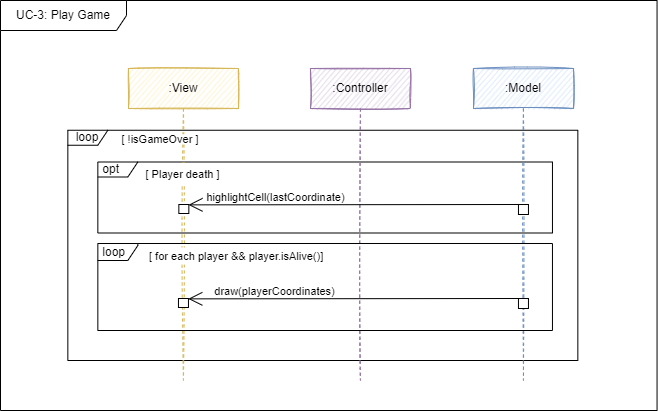
Above: Dokumentation/App/diagrams/sd_mvc_playGame.png in sckoenig/Distributed-Tron (draw.io), before the change. Source tidied: cells renumbered, new cells last; positions are measured from the earlier drawing's top-left corner, leaving out a move shared by most shapes.
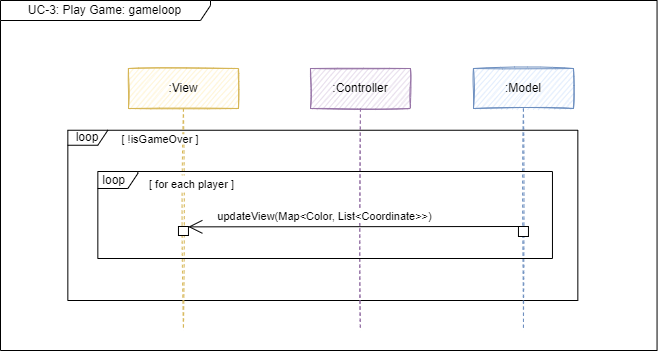
After the commit.

Diff of the diagram source:
```diff
@@ -4,31 +4,31 @@
     <mxCell id="1" parent="0" />
-    <mxCell id="2" value="UC-3: Play Game" style="shape=umlFrame;whiteSpace=wrap;html=1;sketch=0;fillColor=default;width=126;height=30;" parent="1" vertex="1">
-      <mxGeometry width="656.5" height="410" as="geometry" />
+    <mxCell id="2" value="UC-3: Play Game: gameloop" style="shape=umlFrame;whiteSpace=wrap;html=1;sketch=0;fillColor=default;width=210;height=20;" parent="1" vertex="1">
+      <mxGeometry width="656.5" height="350" as="geometry" />
     </mxCell>
     <mxCell id="3" value="loop" style="shape=umlFrame;whiteSpace=wrap;html=1;width=40;height=15;sketch=0;" parent="1" vertex="1">
-      <mxGeometry x="67.3" y="129.8" width="510" height="230.2" as="geometry" />
+      <mxGeometry x="67.3" y="129.8" width="510" height="170.2" as="geometry" />
     </mxCell>
-    <mxCell id="4" value="&amp;nbsp;opt" style="shape=umlFrame;whiteSpace=wrap;html=1;width=40;height=15;sketch=0;align=left;" parent="1" vertex="1">
-      <mxGeometry x="97.3" y="161.5" width="454.6" height="71" as="geometry" />
+    <mxCell id="4" value=":Controller" style="shape=umlLifeline;perimeter=lifelinePerimeter;whiteSpace=wrap;html=1;fillColor=#e1d5e7;strokeColor=#9673a6;sketch=1;" parent="1" vertex="1">
+      <mxGeometry x="310" y="68" width="100" height="262" as="geometry" />
     </mxCell>
-    <mxCell id="5" value=":Controller" style="shape=umlLifeline;perimeter=lifelinePerimeter;whiteSpace=wrap;html=1;fillColor=#e1d5e7;strokeColor=#9673a6;sketch=1;" parent="1" vertex="1">
-      <mxGeometry x="310" y="68" width="100" height="312" as="geometry" />
+    <mxCell id="5" value=":Model" style="shape=umlLifeline;perimeter=lifelinePerimeter;whiteSpace=wrap;html=1;fillColor=#dae8fc;strokeColor=#6c8ebf;sketch=1;" parent="1" vertex="1">
+      <mxGeometry x="473" y="68" width="100" height="262" as="geometry" />
     </mxCell>
-    <mxCell id="6" value=":Model" style="shape=umlLifeline;perimeter=lifelinePerimeter;whiteSpace=wrap;html=1;fillColor=#dae8fc;strokeColor=#6c8ebf;sketch=1;" parent="1" vertex="1">
-      <mxGeometry x="473" y="68" width="100" height="312" as="geometry" />
+    <mxCell id="6" value=":View" style="shape=umlLifeline;perimeter=lifelinePerimeter;whiteSpace=wrap;html=1;fillColor=#fff2cc;strokeColor=#d6b656;sketch=1;" parent="1" vertex="1">
+      <mxGeometry x="128" y="68" width="110" height="262" as="geometry" />
     </mxCell>
-    <mxCell id="7" style="html=1;perimeter=orthogonalPerimeter;fontSize=12;sketch=0;" parent="6" vertex="1">
-      <mxGeometry x="45" y="136" width="10" height="10" as="geometry" />
+    <mxCell id="7" value="[ !isGameOver&amp;nbsp;]" style="text;html=1;strokeColor=none;fillColor=default;align=center;verticalAlign=middle;whiteSpace=wrap;rounded=0;fontSize=11;" parent="1" vertex="1">
+      <mxGeometry x="117.3" y="133.8" width="86" height="10.2" as="geometry" />
     </mxCell>
-    <mxCell id="8" value=":View" style="shape=umlLifeline;perimeter=lifelinePerimeter;whiteSpace=wrap;html=1;fillColor=#fff2cc;strokeColor=#d6b656;sketch=1;" parent="1" vertex="1">
-      <mxGeometry x="128" y="68" width="110" height="312" as="geometry" />
+    <mxCell id="8" value="&amp;nbsp;loop" style="shape=umlFrame;whiteSpace=wrap;html=1;width=40;height=17;sketch=0;align=left;" parent="1" vertex="1">
+      <mxGeometry x="97.3" y="171" width="454.6" height="87" as="geometry" />
     </mxCell>
-    <mxCell id="9" style="html=1;perimeter=orthogonalPerimeter;fontSize=12;sketch=0;" parent="8" vertex="1">
-      <mxGeometry x="50.4" y="136" width="10" height="9" as="geometry" />
+    <mxCell id="9" value="[ for each player ]" style="text;html=1;strokeColor=none;fillColor=default;align=left;verticalAlign=middle;whiteSpace=wrap;rounded=0;sketch=0;fontSize=11;" parent="1" vertex="1">
+      <mxGeometry x="147" y="175" width="199" height="17" as="geometry" />
     </mxCell>
-    <mxCell id="10" value="[ Player death ]" style="text;html=1;strokeColor=none;fillColor=default;align=center;verticalAlign=middle;whiteSpace=wrap;rounded=0;sketch=0;fontSize=11;" parent="8" vertex="1">
-      <mxGeometry x="9.5" y="94.5" width="91" height="23" as="geometry" />
+    <mxCell id="10" style="html=1;perimeter=orthogonalPerimeter;fontSize=12;sketch=0;" parent="1" vertex="1">
+      <mxGeometry x="178" y="226" width="10" height="9" as="geometry" />
     </mxCell>
-    <mxCell id="11" value="[ !isGameOver&amp;nbsp;]" style="text;html=1;strokeColor=none;fillColor=default;align=center;verticalAlign=middle;whiteSpace=wrap;rounded=0;fontSize=11;" parent="1" vertex="1">
-      <mxGeometry x="117.3" y="133.8" width="86" height="10.2" as="geometry" />
+    <mxCell id="11" style="html=1;perimeter=orthogonalPerimeter;fontSize=12;sketch=0;" parent="1" vertex="1">
+      <mxGeometry x="518" y="226" width="10" height="10" as="geometry" />
     </mxCell>
@@ -36,34 +36,11 @@
       <mxGeometry y="-5" relative="1" as="geometry">
-        <mxPoint x="518.1" y="204" as="sourcePoint" />
-        <mxPoint x="188" y="204.4" as="targetPoint" />
+        <mxPoint x="518" y="226" as="sourcePoint" />
+        <mxPoint x="187.8" y="226.4" as="targetPoint" />
       </mxGeometry>
     </mxCell>
-    <mxCell id="13" value="highlightCell(lastCoordinate)" style="edgeLabel;html=1;align=center;verticalAlign=middle;" parent="12" vertex="1">
+    <mxCell id="13" value="updateView(Map&amp;lt;Color, List&amp;lt;Coordinate&amp;gt;&amp;gt;)" style="edgeLabel;html=1;align=center;verticalAlign=middle;" parent="12" vertex="1">
       <mxGeometry x="0.21" y="-1" relative="1" as="geometry">
-        <mxPoint x="-45" y="-7" as="offset" />
+        <mxPoint x="4" y="-10" as="offset" />
       </mxGeometry>
     </mxCell>
-    <mxCell id="14" value="&amp;nbsp;loop" style="shape=umlFrame;whiteSpace=wrap;html=1;width=40;height=17;sketch=0;align=left;" parent="1" vertex="1">
-      <mxGeometry x="97.3" y="243" width="454.6" height="87" as="geometry" />
-    </mxCell>
-    <mxCell id="15" value="[ for each player &amp;amp;&amp;amp; player.isAlive()]" style="text;html=1;strokeColor=none;fillColor=default;align=left;verticalAlign=middle;whiteSpace=wrap;rounded=0;sketch=0;fontSize=11;" parent="1" vertex="1">
-      <mxGeometry x="147" y="247" width="199" height="17" as="geometry" />
-    </mxCell>
-    <mxCell id="16" style="html=1;perimeter=orthogonalPerimeter;fontSize=12;sketch=0;" parent="1" vertex="1">
-      <mxGeometry x="178" y="298" width="10" height="9" as="geometry" />
-    </mxCell>
-    <mxCell id="17" style="html=1;perimeter=orthogonalPerimeter;fontSize=12;sketch=0;" parent="1" vertex="1">
-      <mxGeometry x="518" y="298" width="10" height="10" as="geometry" />
-    </mxCell>
-    <mxCell id="18" value="&lt;span style=&quot;color: rgba(0, 0, 0, 0); font-family: monospace; font-size: 0px; text-align: start; background-color: rgb(248, 249, 250);&quot;&gt;%3CmxGraphModel%3E%3Croot%3E%3CmxCell%20id%3D%220%22%2F%3E%3CmxCell%20id%3D%221%22%20parent%3D%220%22%2F%3E%3CmxCell%20id%3D%222%22%20value%3D%22alt%22%20style%3D%22shape%3DumlFrame%3BwhiteSpace%3Dwrap%3Bhtml%3D1%3Bwidth%3D45%3Bheight%3D24%3B%22%20vertex%3D%221%22%20parent%3D%221%22%3E%3CmxGeometry%20x%3D%22-630.75%22%20y%3D%221121%22%20width%3D%22463.5%22%20height%3D%22159%22%20as%3D%22geometry%22%2F%3E%3C%2FmxCell%3E%3CmxCell%20id%3D%223%22%20value%3D%22%3AController%22%20style%3D%22shape%3DumlLifeline%3Bperimeter%3DlifelinePerimeter%3BwhiteSpace%3Dwrap%3Bhtml%3D1%3Bcontainer%3D1%3Bcollapsible%3D0%3BrecursiveResize%3D0%3BoutlineConnect%3D0%3BfillColor%3D%23e1d5e7%3BstrokeColor%3D%239673a6%3Bsketch%3D1%3B%22%20vertex%3D%221%22%20parent%3D%221%22%3E%3CmxGeometry%20x%3D%22-430%22%20y%3D%22880%22%20width%3D%22100%22%20height%3D%22300%22%20as%3D%22geometry%22%2F%3E%3C%2FmxCell%3E%3CmxCell%20id%3D%224%22%20value%3D%22%22%20style%3D%22html%3D1%3Bpoints%3D%5B%5D%3Bperimeter%3DorthogonalPerimeter%3BfontSize%3D12%3B%22%20vertex%3D%221%22%20parent%3D%223%22%3E%3CmxGeometry%20x%3D%2245%22%20y%3D%22175%22%20width%3D%2210%22%20height%3D%2225%22%20as%3D%22geometry%22%2F%3E%3C%2FmxCell%3E%3CmxCell%20id%3D%225%22%20value%3D%22%3AModel%22%20style%3D%22shape%3DumlLifeline%3Bperimeter%3DlifelinePerimeter%3BwhiteSpace%3Dwrap%3Bhtml%3D1%3Bcontainer%3D1%3Bcollapsible%3D0%3BrecursiveResize%3D0%3BoutlineConnect%3D0%3BfillColor%3D%23dae8fc%3BstrokeColor%3D%236c8ebf%3Bsketch%3D1%3B%22%20vertex%3D%221%22%20parent%3D%221%22%3E%3CmxGeometry%20x%3D%22-265%22%20y%3D%22880%22%20width%3D%22100%22%20height%3D%22370%22%20as%3D%22geometry%22%2F%3E%3C%2FmxCell%3E%3CmxCell%20id%3D%226%22%20value%3D%22%22%20style%3D%22html%3D1%3Bpoints%3D%5B%5D%3Bperimeter%3DorthogonalPerimeter%3BfontSize%3D12%3B%22%20vertex%3D%221%22%20parent%3D%225%22%3E%3CmxGeometry%20x%3D%2245%22%20y%3D%22190%22%20width%3D%2210%22%20height%3D%22180%22%20as%3D%22geometry%22%2F%3E%3C%2FmxCell%3E%3CmxCell%20id%3D%227%22%20value%3D%22initializeGame(4)%22%20style%3D%22html%3D1%3BverticalAlign%3Dbottom%3BendArrow%3Dopen%3Brounded%3D0%3BendFill%3D0%3B%22%20edge%3D%221%22%20parent%3D%225%22%3E%3CmxGeometry%20width%3D%2280%22%20relative%3D%221%22%20as%3D%22geometry%22%3E%3CmxPoint%20x%3D%22-110%22%20y%3D%22198%22%20as%3D%22sourcePoint%22%2F%3E%3CmxPoint%20x%3D%2235%22%20y%3D%22198%22%20as%3D%22targetPoint%22%2F%3E%3C%2FmxGeometry%3E%3C%2FmxCell%3E%3CmxCell%20id%3D%228%22%20value%3D%22%3AView%22%20style%3D%22shape%3DumlLifeline%3Bperimeter%3DlifelinePerimeter%3BwhiteSpace%3Dwrap%3Bhtml%3D1%3Bcontainer%3D1%3Bcollapsible%3D0%3BrecursiveResize%3D0%3BoutlineConnect%3D0%3BfillColor%3D%23fff2cc%3BstrokeColor%3D%23d6b656%3Bsketch%3D1%3B%22%20vertex%3D%221%22%20parent%3D%221%22%3E%3CmxGeometry%20x%3D%22-595%22%20y%3D%22880%22%20width%3D%22110%22%20height%3D%22370%22%20as%3D%22geometry%22%2F%3E%3C%2FmxCell%3E%3CmxCell%20id%3D%229%22%20value%3D%22%22%20style%3D%22html%3D1%3BverticalAlign%3Dbottom%3BendArrow%3Dopen%3Brounded%3D0%3BendFill%3D0%3B%22%20edge%3D%221%22%20parent%3D%228%22%3E%3CmxGeometry%20x%3D%220.0033%22%20width%3D%2280%22%20relative%3D%221%22%20as%3D%22geometry%22%3E%3CmxPoint%20x%3D%2260%22%20y%3D%22179%22%20as%3D%22sourcePoint%22%2F%3E%3CmxPoint%20x%3D%22209.49999999999977%22%20y%3D%22179.00000000000023%22%20as%3D%22targetPoint%22%2F%3E%3CmxPoint%20as%3D%22offset%22%2F%3E%3C%2FmxGeometry%3E%3C%2FmxCell%3E%3CmxCell%20id%3D%2210%22%20value%3D%22%22%20style%3D%22html%3D1%3Bpoints%3D%5B%5D%3Bperimeter%3DorthogonalPerimeter%3BfontSize%3D12%3B%22%20vertex%3D%221%22%20parent%3D%228%22%3E%3CmxGeometry%20x%3D%2250%22%20y%3D%22175%22%20width%3D%2210%22%20height%3D%22195%22%20as%3D%22geometry%22%2F%3E%3C%2FmxCell%3E%3CmxCell%20id%3D%2211%22%20value%3D%22opt%22%20style%3D%22shape%3DumlFrame%3BwhiteSpace%3Dwrap%3Bhtml%3D1%3B%22%20vertex%3D%221%22%20parent%3D%228%22%3E%3CmxGeometry%20x%3D%22-140%22%20y%3D%2280%22%20width%3D%22250%22%20height%3D%2249%22%20as%3D%22geometry%22%2F%3E%3C%2FmxCell%3E%3CmxCell%20id%3D%2212%22%20value%3D%22START%20GAME%22%20style%3D%22text%3Bhtml%3D1%3BstrokeColor%3Dnone%3BfillColor%3Dnone%3Balign%3Dcenter%3BverticalAlign%3Dmiddle%3BwhiteSpace%3Dwrap%3Brounded%3D0%3B%22%20vertex%3D%221%22%20parent%3D%221%22%3E%3CmxGeometry%20x%3D%22-730%22%20y%3D%22830%22%20width%3D%22140%22%20height%3D%2230%22%20as%3D%22geometry%22%2F%3E%3C%2FmxCell%3E%3CmxCell%20id%3D%2213%22%20value%3D%22Player%22%20style%3D%22shape%3DumlLifeline%3Bparticipant%3DumlActor%3Bperimeter%3DlifelinePerimeter%3BwhiteSpace%3Dwrap%3Bhtml%3D1%3Bcontainer%3D1%3Bcollapsible%3D0%3BrecursiveResize%3D0%3BverticalAlign%3Dtop%3BspacingTop%3D36%3BoutlineConnect%3D0%3B%22%20vertex%3D%221%22%20parent%3D%221%22%3E%3CmxGeometry%20x%3D%22-670%22%20y%3D%22880%22%20width%3D%2220%22%20height%3D%22300%22%20as%3D%22geometry%22%2F%3E%3C%2FmxCell%3E%3CmxCell%20id%3D%2214%22%20value%3D%22%22%20style%3D%22html%3D1%3Bpoints%3D%5B%5D%3Bperimeter%3DorthogonalPerimeter%3BfontSize%3D12%3B%22%20vertex%3D%221%22%20parent%3D%2213%22%3E%3CmxGeometry%20x%3D%225%22%20y%3D%2287%22%20width%3D%2210%22%20height%3D%22173%22%20as%3D%22geometry%22%2F%3E%3C%2FmxCell%3E%3CmxCell%20id%3D%2215%22%20value%3D%22Press%20%26quot%3BStart%20Game%26quot%3B%22%20style%3D%22html%3D1%3BverticalAlign%3Dbottom%3BendArrow%3Dblock%3Brounded%3D0%3B%22%20edge%3D%221%22%20source%3D%2214%22%20parent%3D%221%22%3E%3CmxGeometry%20width%3D%2280%22%20relative%3D%221%22%20as%3D%22geometry%22%3E%3CmxPoint%20x%3D%22-650%22%20y%3D%221050%22%20as%3D%22sourcePoint%22%2F%3E%3CmxPoint%20x%3D%22-540%22%20y%3D%221050%22%20as%3D%22targetPoint%22%2F%3E%3C%2FmxGeometry%3E%3C%2FmxCell%3E%3CmxCell%20id%3D%2216%22%20value%3D%22%22%20style%3D%22endArrow%3Dopen%3BendFill%3D1%3BendSize%3D12%3Bhtml%3D1%3Brounded%3D0%3B%22%20edge%3D%221%22%20parent%3D%221%22%3E%3CmxGeometry%20width%3D%22160%22%20relative%3D%221%22%20as%3D%22geometry%22%3E%3CmxPoint%20x%3D%22-230%22%20y%3D%221112%22%20as%3D%22sourcePoint%22%2F%3E%3CmxPoint%20x%3D%22-530%22%20y%3D%221110%22%20as%3D%22targetPoint%22%2F%3E%3C%2FmxGeometry%3E%3C%2FmxCell%3E%3CmxCell%20id%3D%2217%22%20value%3D%22%26lt%3Bdiv%20style%3D%26quot%3Btext-align%3A%20left%3B%20font-size%3A%2011px%3B%26quot%3B%26gt%3B%26lt%3Bspan%20style%3D%26quot%3Bbackground-color%3A%20initial%3B%20font-size%3A%2011px%3B%26quot%3B%26gt%3BshowOverlay(%26quot%3Bwaiting%26quot%3B)%26lt%3B%2Fspan%26gt%3B%26lt%3B%2Fdiv%26gt%3B%22%20style%3D%22text%3Bhtml%3D1%3BstrokeColor%3Dnone%3BfillColor%3Dnone%3Balign%3Dcenter%3BverticalAlign%3Dmiddle%3BwhiteSpace%3Dwrap%3Brounded%3D0%3BfontSize%3D11%3B%22%20vertex%3D%221%22%20parent%3D%221%22%3E%3CmxGeometry%20x%3D%22-490%22%20y%3D%221085%22%20width%3D%2290%22%20height%3D%2230%22%20as%3D%22geometry%22%2F%3E%3C%2FmxCell%3E%3CmxCell%20id%3D%2218%22%20value%3D%22%26lt%3Bdiv%20style%3D%26quot%3Btext-align%3A%20left%3B%20font-size%3A%2011px%3B%26quot%3B%26gt%3B%26lt%3Bspan%20style%3D%26quot%3Bbackground-color%3A%20initial%3B%20font-size%3A%2011px%3B%26quot%3B%26gt%3BhideOverlays()%26lt%3B%2Fspan%26gt%3B%26lt%3B%2Fdiv%26gt%3B%22%20style%3D%22text%3Bhtml%3D1%3BstrokeColor%3Dnone%3BfillColor%3Dnone%3Balign%3Dcenter%3BverticalAlign%3Dmiddle%3BwhiteSpace%3Dwrap%3Brounded%3D0%3BfontSize%3D11%3B%22%20vertex%3D%221%22%20parent%3D%221%22%3E%3CmxGeometry%20x%3D%22-503%22%20y%3D%221130%22%20width%3D%2290%22%20height%3D%2230%22%20as%3D%22geometry%22%2F%3E%3C%2FmxCell%3E%3CmxCell%20id%3D%2219%22%20value%3D%22Choose%20%26lt%3Bbr%26gt%3B%5B%20Player%20Number%20%3D%204%20%5D%22%20style%3D%22html%3D1%3BverticalAlign%3Dbottom%3BendArrow%3Dblock%3Brounded%3D0%3BexitX%3D1.004%3BexitY%3D0.19%3BexitDx%3D0%3BexitDy%3D0%3BexitPerimeter%3D0%3B%22%20edge%3D%221%22%20source%3D%2214%22%20parent%3D%221%22%3E%3CmxGeometry%20width%3D%2280%22%20relative%3D%221%22%20as%3D%22geometry%22%3E%3CmxPoint%20x%3D%22-650%22%20y%3D%221000%22%20as%3D%22sourcePoint%22%2F%3E%3CmxPoint%20x%3D%22-549.9999999999998%22%20y%3D%22990%22%20as%3D%22targetPoint%22%2F%3E%3CArray%20as%3D%22points%22%2F%3E%3C%2FmxGeometry%3E%3C%2FmxCell%3E%3CmxCell%20id%3D%2220%22%20value%3D%22%22%20style%3D%22endArrow%3Dopen%3BendFill%3D1%3BendSize%3D12%3Bhtml%3D1%3Brounded%3D0%3B%22%20edge%3D%221%22%20parent%3D%221%22%3E%3CmxGeometry%20width%3D%22160%22%20relative%3D%221%22%20as%3D%22geometry%22%3E%3CmxPoint%20x%3D%22-230%22%20y%3D%221153%22%20as%3D%22sourcePoint%22%2F%3E%3CmxPoint%20x%3D%22-530%22%20y%3D%221153%22%20as%3D%22targetPoint%22%2F%3E%3C%2FmxGeometry%3E%3C%2FmxCell%3E%3CmxCell%20id%3D%2221%22%20value%3D%22%26lt%3Bdiv%20style%3D%26quot%3Btext-align%3A%20left%3B%20font-size%3A%2011px%3B%26quot%3B%26gt%3B%26lt%3Bspan%20style%3D%26quot%3Bbackground-color%3A%20initial%3B%20font-size%3A%2011px%3B%26quot%3B%26gt%3BbtnStartGame(4)%26lt%3B%2Fspan%26gt%3B%26lt%3B%2Fdiv%26gt%3B%22%20style%3D%22text%3Bhtml%3D1%3BstrokeColor%3Dnone%3BfillColor%3Dnone%3Balign%3Dcenter%3BverticalAlign%3Dmiddle%3BwhiteSpace%3Dwrap%3Brounded%3D0%3BfontSize%3D11%3B%22%20vertex%3D%221%22%20parent%3D%221%22%3E%3CmxGeometry%20x%3D%22-503%22%20y%3D%221033%22%20width%3D%2290%22%20height%3D%2230%22%20as%3D%22geometry%22%2F%3E%3C%2FmxCell%3E%3CmxCell%20id%3D%2222%22%20value%3D%22%5B%20Game%20%26lt%3Bbr%26gt%3BInitialization%26lt%3Bbr%26gt%3B%26amp%3Bnbsp%3BSuccess%20%5D%22%20style%3D%22text%3Bhtml%3D1%3BstrokeColor%3Dnone%3BfillColor%3Dnone%3Balign%3Dcenter%3BverticalAlign%3Dmiddle%3BwhiteSpace%3Dwrap%3Brounded%3D0%3BfontSize%3D11%3B%22%20vertex%3D%221%22%20parent%3D%221%22%3E%3CmxGeometry%20x%3D%22-642.5%22%20y%3D%221146%22%20width%3D%22105%22%20height%3D%2255%22%20as%3D%22geometry%22%2F%3E%3C%2FmxCell%3E%3CmxCell%20id%3D%2223%22%20value%3D%22%5B%20Game%20%26lt%3Bbr%26gt%3BInitialization%20%26lt%3Bbr%26gt%3BFailure%20%5D%22%20style%3D%22text%3Bhtml%3D1%3BstrokeColor%3Dnone%3BfillColor%3Dnone%3Balign%3Dcenter%3BverticalAlign%3Dmiddle%3BwhiteSpace%3Dwrap%3Brounded%3D0%3BfontSize%3D11%3B%22%20vertex%3D%221%22%20parent%3D%221%22%3E%3CmxGeometry%20x%3D%22-650%22%20y%3D%221220%22%20width%3D%22105%22%20height%3D%2230%22%20as%3D%22geometry%22%2F%3E%3C%2FmxCell%3E%3CmxCell%20id%3D%2224%22%20value%3D%22%22%20style%3D%22endArrow%3Dnone%3Bdashed%3D1%3Bhtml%3D1%3BdashPattern%3D1%203%3BstrokeWidth%3D2%3Brounded%3D0%3BfontSize%3D11%3BentryX%3D-0.005%3BentryY%3D0.377%3BentryDx%3D0%3BentryDy%3D0%3BentryPerimeter%3D0%3BexitX%3D0.994%3BexitY%3D0.376%3BexitDx%3D0%3BexitDy%3D0%3BexitPerimeter%3D0%3B%22%20edge%3D%221%22%20parent%3D%221%22%3E%3CmxGeometry%20width%3D%2250%22%20height%3D%2250%22%20relative%3D%221%22%20as%3D%22geometry%22%3E%3CmxPoint%20x%3D%22-170.03099999999995%22%20y%3D%221201.824%22%20as%3D%22sourcePoint%22%2F%3E%3CmxPoint%20x%3D%22-633.0674999999999%22%20y%3D%221202.0230000000001%22%20as%3D%22targetPoint%22%2F%3E%3C%2FmxGeometry%3E%3C%2FmxCell%3E%3CmxCell%20id%3D%2225%22%20value%3D%22%22%20style%3D%22endArrow%3Dopen%3BendFill%3D1%3BendSize%3D12%3Bhtml%3D1%3Brounded%3D0%3BexitX%3D0.015%3BexitY%3D0.944%3BexitDx%3D0%3BexitDy%3D0%3BexitPerimeter%3D0%3B%22%20edge%3D%221%22%20parent%3D%221%22%3E%3CmxGeometry%20width%3D%22160%22%20relative%3D%221%22%20as%3D%22geometry%22%3E%3CmxPoint%20x%3D%22-222.4699999999998%22%20y%3D%221247.062%22%20as%3D%22sourcePoint%22%2F%3E%3CmxPoint%20x%3D%22-530%22%20y%3D%221250%22%20as%3D%22targetPoint%22%2F%3E%3C%2FmxGeometry%3E%3C%2FmxCell%3E%3CmxCell%20id%3D%2226%22%20value%3D%22%26lt%3Bdiv%20style%3D%26quot%3Btext-align%3A%20left%3B%20font-size%3A%2011px%3B%26quot%3B%26gt%3BshowOverlay(%26quot%3Bmenu%26quot%3B)%26lt%3B%2Fdiv%26gt%3B%22%20style%3D%22text%3Bhtml%3D1%3BstrokeColor%3Dnone%3BfillColor%3Dnone%3Balign%3Dcenter%3BverticalAlign%3Dmiddle%3BwhiteSpace%3Dwrap%3Brounded%3D0%3BfontSize%3D11%3B%22%20vertex%3D%221%22%20parent%3D%221%22%3E%3CmxGeometry%20x%3D%22-510%22%20y%3D%221225%22%20width%3D%2290%22%20height%3D%2230%22%20as%3D%22geometry%22%2F%3E%3C%2FmxCell%3E%3C%2Froot%3E%3C%2FmxGraphModel%3E&lt;/span&gt;" style="endArrow=open;endFill=1;endSize=12;html=1;rounded=0;sketch=0;entryX=1.065;entryY=0.04;entryDx=0;entryDy=0;entryPerimeter=0;" parent="1" edge="1">
-      <mxGeometry y="-5" relative="1" as="geometry">
-        <mxPoint x="518" y="298" as="sourcePoint" />
-        <mxPoint x="187.8" y="298.4" as="targetPoint" />
-      </mxGeometry>
-    </mxCell>
-    <mxCell id="19" value="draw(playerCoordinates)" style="edgeLabel;html=1;align=center;verticalAlign=middle;" parent="18" vertex="1">
-      <mxGeometry x="0.21" y="-1" relative="1" as="geometry">
-        <mxPoint x="-45" y="-7" as="offset" />
-      </mxGeometry>
-    </mxCell>
   </root>
```
